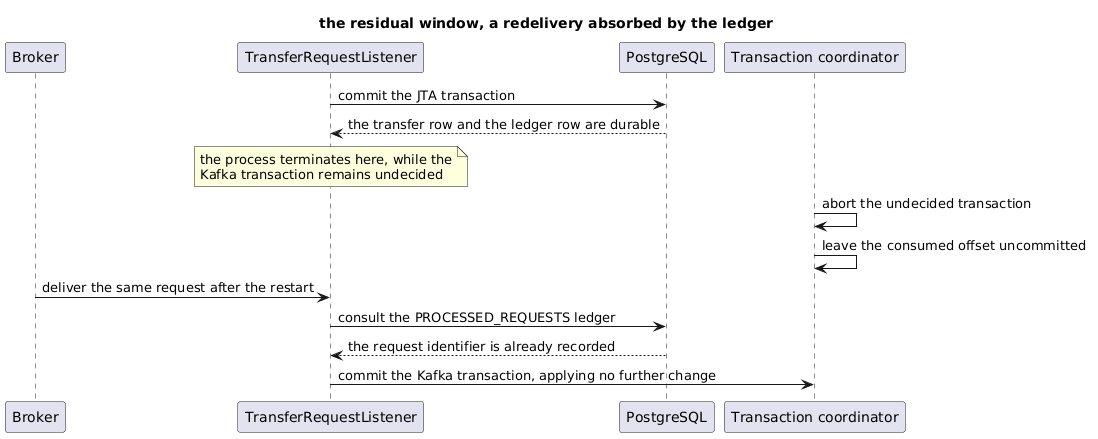
This is diagrams/04-residual-window.png from nicolasduminil/quarkus-distributed-tx, a PlantUML export, as it was before one commit. The source it was exported from:
```plantuml
@startuml
title the residual window, a redelivery absorbed by the ledger
participant "Broker" as B
participant "TransferRequestListener" as L
participant "PostgreSQL" as D
participant "Transaction coordinator" as C

L -> D : commit the JTA transaction
D --> L : the transfer row and the ledger row are durable
note over L : the process terminates here, while the\nKafka transaction remains undecided
C -> C : abort the undecided transaction
C -> C : leave the consumed offset uncommitted
B -> L : deliver the same request after the restart
L -> D : consult the PROCESSED_REQUESTS ledger
D --> L : the request identifier is already recorded
L -> C : commit the Kafka transaction, applying no further change
@enduml
```
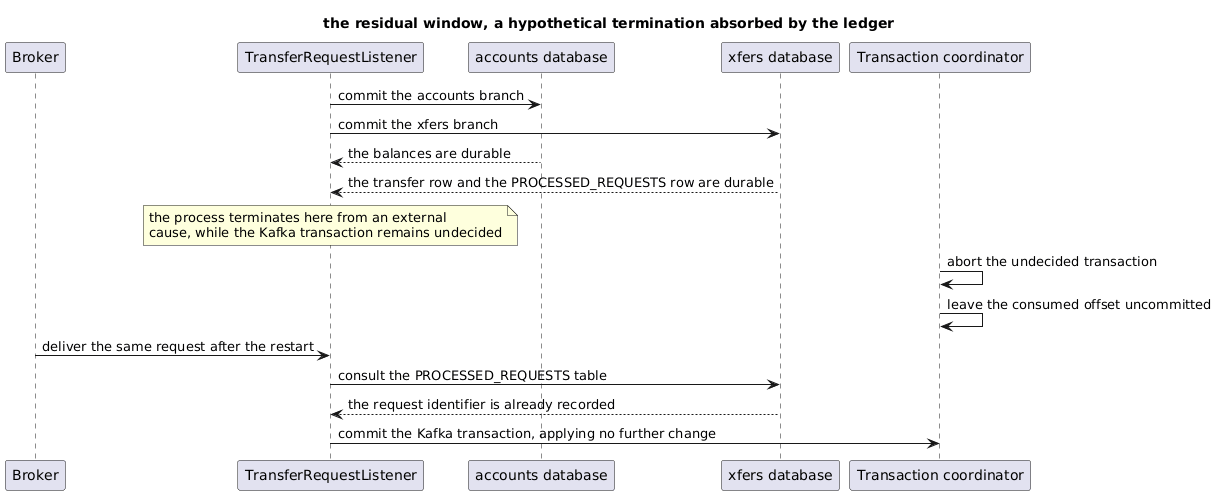
Above is the later version.

Commit message:
Show the two databases in the Kafka sequence diagrams

Change to the diagram source:
```diff
@@ -1,17 +1,20 @@
 @startuml
-title the residual window, a redelivery absorbed by the ledger
+title the residual window, a hypothetical termination absorbed by the ledger
 participant "Broker" as B
 participant "TransferRequestListener" as L
-participant "PostgreSQL" as D
+participant "accounts database" as A
+participant "xfers database" as X
 participant "Transaction coordinator" as C
 
-L -> D : commit the JTA transaction
-D --> L : the transfer row and the ledger row are durable
-note over L : the process terminates here, while the\nKafka transaction remains undecided
+L -> A : commit the accounts branch
+L -> X : commit the xfers branch
+A --> L : the balances are durable
+X --> L : the transfer row and the PROCESSED_REQUESTS row are durable
+note over L : the process terminates here from an external\ncause, while the Kafka transaction remains undecided
 C -> C : abort the undecided transaction
 C -> C : leave the consumed offset uncommitted
 B -> L : deliver the same request after the restart
-L -> D : consult the PROCESSED_REQUESTS ledger
-D --> L : the request identifier is already recorded
+L -> X : consult the PROCESSED_REQUESTS table
+X --> L : the request identifier is already recorded
 L -> C : commit the Kafka transaction, applying no further change
 @enduml
```
